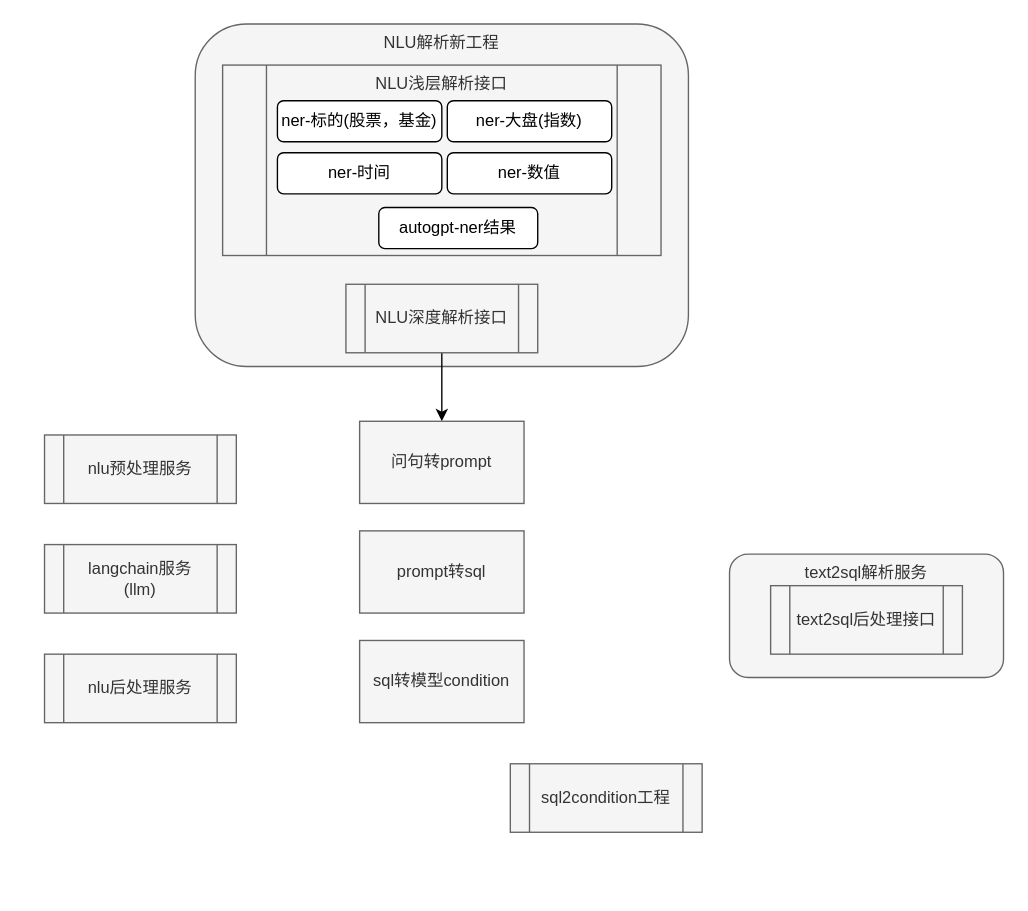
This is 工作汇报流程图.drawio from msb8080/my-diagrams, a draw.io file, before an edit. Source tidied: cells renumbered, new cells numbered last; positions are measured from the earlier drawing's top-left corner, leaving out a move shared by most shapes. Both pictures are drawn from the tidied source at 137%, with x=0, y=0 at pixel (44, 23).
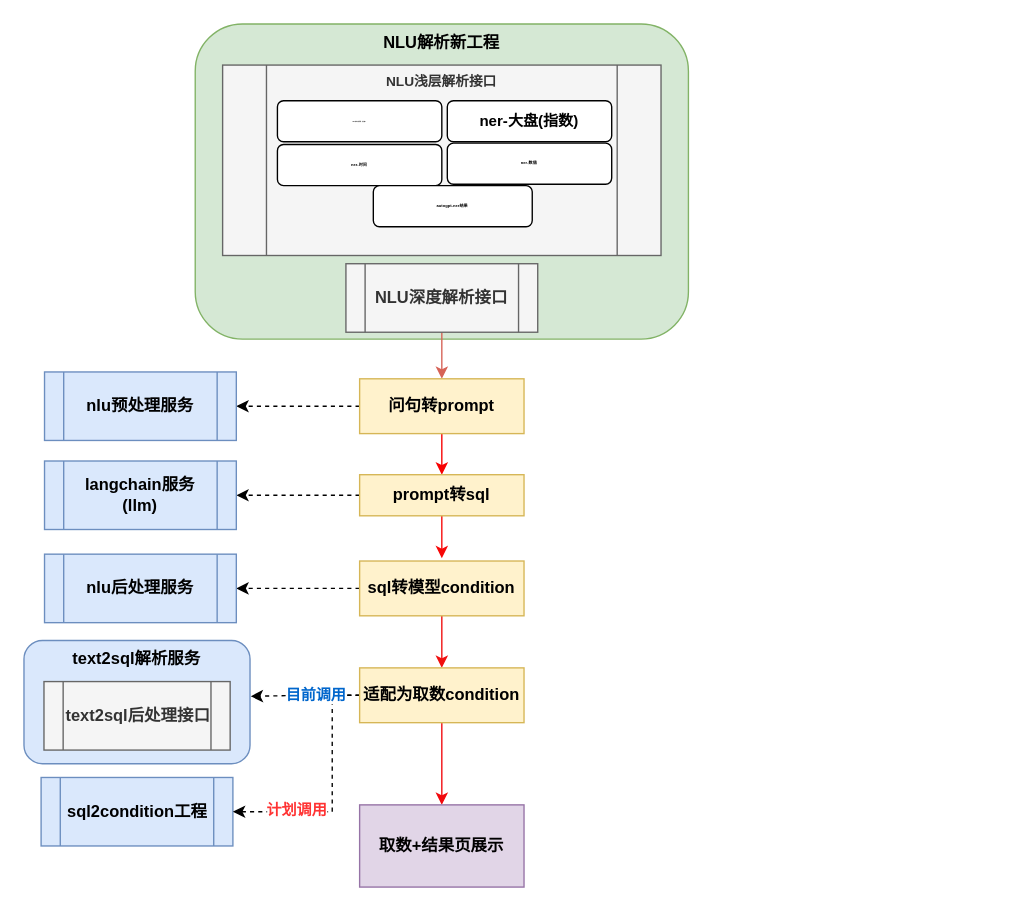
The same diagram, later.

Commit message (it also covers changes not shown here):
更新工作汇报流程图.drawio

Unchanged cells that the change refers to:
```xml
<mxCell id="8" style="group;" parent="1" vertex="1">
  <mxGeometry x="130" y="30" width="320" height="139" as="geometry" />
</mxCell>
```

The edit, as a diff of the source:
```diff
@@
-    <mxCell id="2" value="NLU解析新工程" style="rounded=1;whiteSpace=wrap;html=1;verticalAlign=top;fillColor=#f5f5f5;fontColor=#333333;strokeColor=#666666;" parent="1" vertex="1">
-      <mxGeometry x="110" width="360" height="250" as="geometry" />
+    <mxCell id="2" value="NLU解析新工程" style="rounded=1;whiteSpace=wrap;html=1;verticalAlign=top;fillColor=#d5e8d4;strokeColor=#82b366;fontStyle=1;" parent="1" vertex="1">
+      <mxGeometry x="110" width="360" height="230" as="geometry" />
     </mxCell>
-    <mxCell id="3" style="edgeStyle=orthogonalEdgeStyle;rounded=0;jettySize=auto;html=1;" parent="1" edge="1" source="4" target="15">
+    <mxCell id="3" style="edgeStyle=orthogonalEdgeStyle;rounded=0;jettySize=auto;html=1;fillColor=#fff2cc;strokeColor=#d66357;strokeWidth=1;fontStyle=1;" parent="1" edge="1" source="4" target="15">
       <mxGeometry relative="1" as="geometry" />
     </mxCell>
-    <mxCell id="4" value="NLU深度解析接口" style="shape=process;whiteSpace=wrap;html=1;backgroundOutline=1;fillColor=#f5f5f5;fontColor=#333333;strokeColor=#666666;" parent="1" vertex="1">
-      <mxGeometry x="220" y="190" width="140" height="50" as="geometry" />
+    <mxCell id="4" value="NLU深度解析接口" style="shape=process;whiteSpace=wrap;html=1;backgroundOutline=1;fillColor=#f5f5f5;fontColor=#333333;strokeColor=#666666;fontStyle=1;" parent="1" vertex="1">
+      <mxGeometry x="220" y="175" width="140" height="50" as="geometry" />
     </mxCell>
+    <mxCell id="6" value="sql2condition工程" style="shape=process;whiteSpace=wrap;html=1;backgroundOutline=1;fillColor=#dae8fc;strokeColor=#6c8ebf;fontStyle=1;" parent="1" vertex="1">
+      <mxGeometry x="-2.5" y="550" width="140" height="50" as="geometry" />
+    </mxCell>
+    <mxCell id="21" style="edgeStyle=orthogonalEdgeStyle;rounded=0;jettySize=auto;html=1;entryX=1;entryY=0.5;entryDx=0;entryDy=0;dashed=1;fontStyle=1;" parent="1" edge="1" source="15" target="18">
+      <mxGeometry relative="1" as="geometry" />
+    </mxCell>
+    <mxCell id="22" style="edgeStyle=orthogonalEdgeStyle;rounded=0;jettySize=auto;html=1;entryX=0.5;entryY=0;entryDx=0;entryDy=0;strokeColor=#f70202;" parent="1" edge="1" source="15" target="16">
+      <mxGeometry relative="1" as="geometry" />
+    </mxCell>
+    <mxCell id="15" value="问句转prompt" style="whiteSpace=wrap;html=1;fillColor=#fff2cc;strokeColor=#d6b656;fontStyle=1;" parent="1" vertex="1">
+      <mxGeometry x="230" y="259" width="120" height="40" as="geometry" />
+    </mxCell>
+    <mxCell id="23" style="edgeStyle=orthogonalEdgeStyle;rounded=0;jettySize=auto;html=1;entryX=1;entryY=0.5;entryDx=0;entryDy=0;dashed=1;fontStyle=1;" parent="1" edge="1" source="16" target="19">
+      <mxGeometry relative="1" as="geometry" />
+    </mxCell>
+    <mxCell id="24" style="edgeStyle=orthogonalEdgeStyle;rounded=0;jettySize=auto;html=1;strokeColor=#f70808;" parent="1" edge="1" source="16">
+      <mxGeometry relative="1" as="geometry">
+        <mxPoint x="290" y="390" as="targetPoint" />
+      </mxGeometry>
+    </mxCell>
+    <mxCell id="16" value="prompt转sql" style="whiteSpace=wrap;html=1;fillColor=#fff2cc;strokeColor=#d6b656;fontStyle=1;" parent="1" vertex="1">
+      <mxGeometry x="230" y="329" width="120" height="30" as="geometry" />
+    </mxCell>
+    <mxCell id="25" style="edgeStyle=orthogonalEdgeStyle;rounded=0;jettySize=auto;html=1;entryX=1;entryY=0.5;entryDx=0;entryDy=0;dashed=1;fontStyle=1;" parent="1" edge="1" source="17" target="20">
+      <mxGeometry relative="1" as="geometry" />
+    </mxCell>
+    <mxCell id="26" style="edgeStyle=orthogonalEdgeStyle;rounded=0;jettySize=auto;html=1;entryX=0.5;entryY=0;entryDx=0;entryDy=0;strokeColor=#f00f0f;" parent="1" edge="1" source="17" target="32">
+      <mxGeometry relative="1" as="geometry" />
+    </mxCell>
+    <mxCell id="17" value="sql转模型condition" style="whiteSpace=wrap;html=1;fillColor=#fff2cc;strokeColor=#d6b656;fontStyle=1;" parent="1" vertex="1">
+      <mxGeometry x="230" y="392" width="120" height="40" as="geometry" />
+    </mxCell>
+    <mxCell id="18" value="nlu预处理服务" style="shape=process;whiteSpace=wrap;html=1;backgroundOutline=1;fillColor=#dae8fc;strokeColor=#6c8ebf;fontStyle=1;" parent="1" vertex="1">
+      <mxGeometry y="254" width="140" height="50" as="geometry" />
+    </mxCell>
+    <mxCell id="19" value="langchain服务&lt;br&gt;(llm)" style="shape=process;whiteSpace=wrap;html=1;backgroundOutline=1;fillColor=#dae8fc;strokeColor=#6c8ebf;fontStyle=1;" parent="1" vertex="1">
+      <mxGeometry y="319" width="140" height="50" as="geometry" />
+    </mxCell>
+    <mxCell id="20" value="nlu后处理服务" style="shape=process;whiteSpace=wrap;html=1;backgroundOutline=1;fillColor=#dae8fc;strokeColor=#6c8ebf;fontStyle=1;" parent="1" vertex="1">
+      <mxGeometry y="387" width="140" height="50" as="geometry" />
+    </mxCell>
+    <mxCell id="27" style="edgeStyle=orthogonalEdgeStyle;rounded=0;jettySize=auto;html=1;entryX=1;entryY=0.5;entryDx=0;entryDy=0;dashed=1;exitX=0;exitY=0.5;exitDx=0;exitDy=0;fontStyle=1;" parent="1" edge="1" source="32" target="6">
+      <mxGeometry relative="1" as="geometry">
+        <Array as="points">
+          <mxPoint x="210" y="490" />
+          <mxPoint x="210" y="575" />
+        </Array>
+      </mxGeometry>
+    </mxCell>
+    <mxCell id="28" value="计划调用" style="edgeLabel;html=1;align=center;verticalAlign=middle;fontColor=#FF3333;fontStyle=1;" parent="27" vertex="1">
+      <mxGeometry x="0.49" y="-2" relative="1" as="geometry" />
+    </mxCell>
+    <mxCell id="29" style="edgeStyle=orthogonalEdgeStyle;rounded=0;jettySize=auto;html=1;fillColor=#fff2cc;strokeColor=#f1090d;strokeWidth=1;fontStyle=1;" parent="1" edge="1" source="32" target="33">
+      <mxGeometry relative="1" as="geometry" />
+    </mxCell>
+    <mxCell id="30" style="edgeStyle=orthogonalEdgeStyle;rounded=0;jettySize=auto;html=1;entryX=1.003;entryY=0.453;entryDx=0;entryDy=0;entryPerimeter=0;dashed=1;fontStyle=1;" parent="1" edge="1" source="32" target="5">
+      <mxGeometry relative="1" as="geometry" />
+    </mxCell>
+    <mxCell id="31" value="目前调用" style="edgeLabel;html=1;align=center;verticalAlign=middle;fontColor=#0066CC;fontStyle=1;" parent="30" vertex="1">
+      <mxGeometry x="-0.19" y="-1" relative="1" as="geometry" />
+    </mxCell>
+    <mxCell id="32" value="适配为取数condition" style="whiteSpace=wrap;html=1;fillColor=#fff2cc;strokeColor=#d6b656;fontStyle=1;" parent="1" vertex="1">
+      <mxGeometry x="230" y="470" width="120" height="40" as="geometry" />
+    </mxCell>
+    <mxCell id="33" value="取数+结果页展示" style="whiteSpace=wrap;html=1;fillColor=#e1d5e7;strokeColor=#9673a6;fontStyle=1;" parent="1" vertex="1">
+      <mxGeometry x="230" y="570" width="120" height="60" as="geometry" />
+    </mxCell>
+    <mxCell id="34" style="group;fontStyle=1;" parent="1" vertex="1">
+      <mxGeometry x="-15" y="450" width="165" height="90" as="geometry" />
+    </mxCell>
-    <mxCell id="5" value="text2sql解析服务" style="rounded=1;whiteSpace=wrap;html=1;verticalAlign=top;fillColor=#f5f5f5;fontColor=#333333;strokeColor=#666666;" parent="1" vertex="1">
-      <mxGeometry x="500" y="387" width="200" height="90" as="geometry" />
+    <mxCell id="5" value="text2sql解析服务" style="rounded=1;whiteSpace=wrap;html=1;verticalAlign=top;fillColor=#dae8fc;strokeColor=#6c8ebf;fontStyle=1;" parent="34" vertex="1">
+      <mxGeometry width="165" height="90" as="geometry" />
     </mxCell>
-    <mxCell id="6" value="sql2condition工程" style="shape=process;whiteSpace=wrap;html=1;backgroundOutline=1;fillColor=#f5f5f5;fontColor=#333333;strokeColor=#666666;" parent="1" vertex="1">
-      <mxGeometry x="340" y="540" width="140" height="50" as="geometry" />
-    </mxCell>
-    <mxCell id="7" value="text2sql后处理接口" style="shape=process;whiteSpace=wrap;html=1;backgroundOutline=1;fillColor=#f5f5f5;fontColor=#333333;strokeColor=#666666;" parent="1" vertex="1">
-      <mxGeometry x="530" y="410" width="140" height="50" as="geometry" />
+    <mxCell id="7" value="text2sql后处理接口" style="shape=process;whiteSpace=wrap;html=1;backgroundOutline=1;fillColor=#f5f5f5;strokeColor=#666666;fontColor=#333333;fontStyle=1;" parent="34" vertex="1">
+      <mxGeometry x="14.6" y="30" width="135.9" height="50" as="geometry" />
     </mxCell>
@@
-    <mxCell id="9" value="NLU浅层解析接口" style="shape=process;whiteSpace=wrap;html=1;backgroundOutline=1;verticalAlign=top;fillColor=#f5f5f5;fontColor=#333333;strokeColor=#666666;" parent="8" vertex="1">
+    <mxCell id="9" value="NLU浅层解析接口" style="shape=process;whiteSpace=wrap;html=1;backgroundOutline=1;verticalAlign=top;fillColor=#f5f5f5;fontColor=#333333;strokeColor=#666666;fontStyle=1;fontSize=10;" parent="8" vertex="1">
       <mxGeometry width="320" height="139" as="geometry" />
     </mxCell>
-    <mxCell id="10" value="ner-标的(股票，基金)" style="rounded=1;whiteSpace=wrap;html=1;" parent="8" vertex="1">
+    <mxCell id="10" value="&lt;font style=&quot;font-size: 1px;&quot;&gt;ner-标的(股票，基金)&lt;/font&gt;" style="rounded=1;whiteSpace=wrap;html=1;fontStyle=1;fontSize=1;" parent="8" vertex="1">
       <mxGeometry x="40" y="26" width="120" height="30" as="geometry" />
     </mxCell>
-    <mxCell id="11" value="ner-大盘(指数)" style="rounded=1;whiteSpace=wrap;html=1;" parent="8" vertex="1">
+    <mxCell id="11" value="&lt;font style=&quot;font-size: 11px;&quot;&gt;ner-大盘(指数)&lt;/font&gt;" style="rounded=1;whiteSpace=wrap;html=1;fontStyle=1;fontSize=3;" parent="8" vertex="1">
       <mxGeometry x="164" y="26" width="120" height="30" as="geometry" />
     </mxCell>
-    <mxCell id="12" value="ner-时间" style="rounded=1;whiteSpace=wrap;html=1;" parent="8" vertex="1">
-      <mxGeometry x="40" y="64" width="120" height="30" as="geometry" />
+    <mxCell id="12" value="ner-时间" style="rounded=1;whiteSpace=wrap;html=1;fontStyle=1;fontSize=3;" parent="8" vertex="1">
+      <mxGeometry x="40" y="58" width="120" height="30" as="geometry" />
     </mxCell>
-    <mxCell id="13" value="ner-数值" style="rounded=1;whiteSpace=wrap;html=1;" parent="8" vertex="1">
-      <mxGeometry x="164" y="64" width="120" height="30" as="geometry" />
+    <mxCell id="13" value="ner-数值" style="rounded=1;whiteSpace=wrap;html=1;fontStyle=1;fontSize=3;" parent="8" vertex="1">
+      <mxGeometry x="164" y="57" width="120" height="30" as="geometry" />
     </mxCell>
-    <mxCell id="14" value="autogpt-ner结果" style="rounded=1;whiteSpace=wrap;html=1;" parent="8" vertex="1">
-      <mxGeometry x="114" y="104" width="116" height="30" as="geometry" />
+    <mxCell id="14" value="autogpt-ner结果" style="rounded=1;whiteSpace=wrap;html=1;fontStyle=1;fontSize=3;" parent="8" vertex="1">
+      <mxGeometry x="110" y="88" width="116" height="30" as="geometry" />
     </mxCell>
-    <mxCell id="15" value="问句转prompt" style="whiteSpace=wrap;html=1;fillColor=#f5f5f5;strokeColor=#666666;fontColor=#333333;" parent="1" vertex="1">
-      <mxGeometry x="230" y="290" width="120" height="60" as="geometry" />
-    </mxCell>
-    <mxCell id="16" value="prompt转sql" style="whiteSpace=wrap;html=1;fillColor=#f5f5f5;strokeColor=#666666;fontColor=#333333;" parent="1" vertex="1">
-      <mxGeometry x="230" y="370" width="120" height="60" as="geometry" />
-    </mxCell>
-    <mxCell id="17" value="sql转模型condition" style="whiteSpace=wrap;html=1;fillColor=#f5f5f5;strokeColor=#666666;fontColor=#333333;" parent="1" vertex="1">
-      <mxGeometry x="230" y="450" width="120" height="60" as="geometry" />
-    </mxCell>
-    <mxCell id="18" value="nlu预处理服务" style="shape=process;whiteSpace=wrap;html=1;backgroundOutline=1;fillColor=#f5f5f5;fontColor=#333333;strokeColor=#666666;" parent="1" vertex="1">
-      <mxGeometry y="300" width="140" height="50" as="geometry" />
-    </mxCell>
-    <mxCell id="19" value="langchain服务&lt;br&gt;(llm)" style="shape=process;whiteSpace=wrap;html=1;backgroundOutline=1;fillColor=#f5f5f5;fontColor=#333333;strokeColor=#666666;" parent="1" vertex="1">
-      <mxGeometry y="380" width="140" height="50" as="geometry" />
-    </mxCell>
-    <mxCell id="20" value="nlu后处理服务" style="shape=process;whiteSpace=wrap;html=1;backgroundOutline=1;fillColor=#f5f5f5;fontColor=#333333;strokeColor=#666666;" parent="1" vertex="1">
-      <mxGeometry y="460" width="140" height="50" as="geometry" />
-    </mxCell>
```
